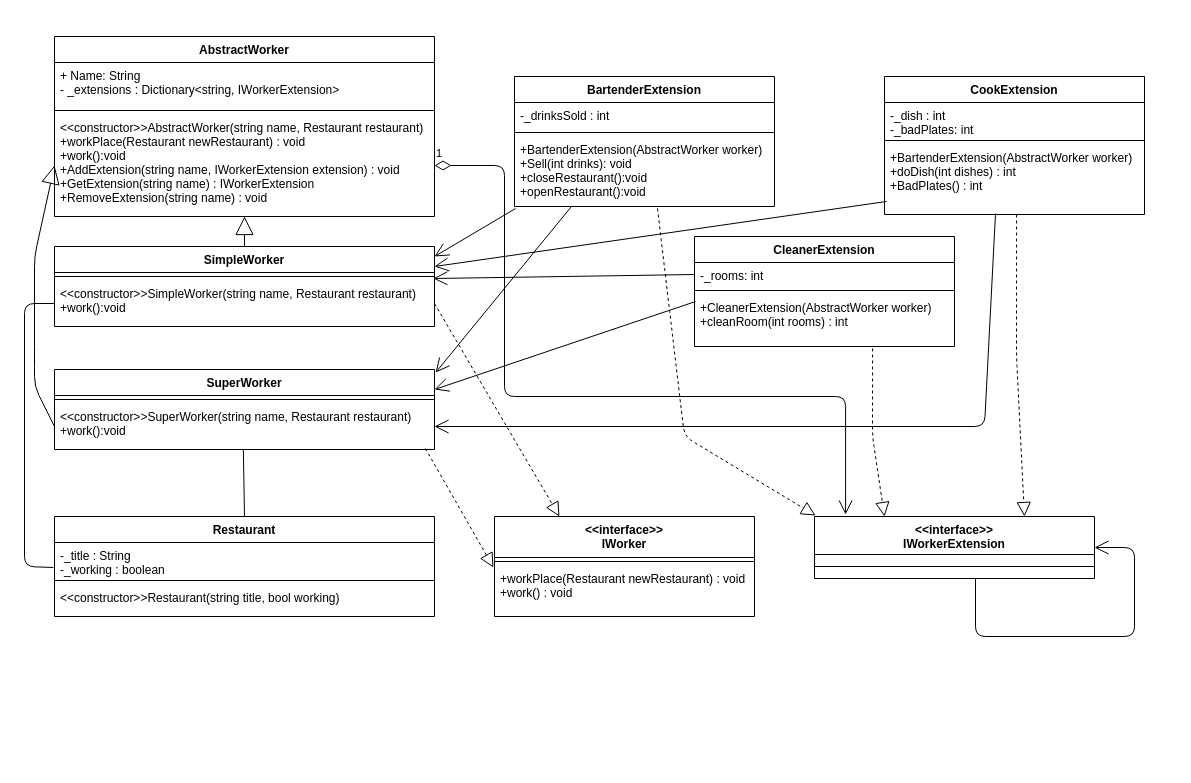
Above: antra/diagrams/Extension.drawio in gabrielezi/PSP (draw.io), before the change. Source tidied: cells renumbered, new cells numbered last; positions are measured from the earlier drawing's top-left corner, leaving out a move shared by most shapes. Both pictures are drawn from the tidied source at 100%, with x=0, y=0 at pixel (24, 36).
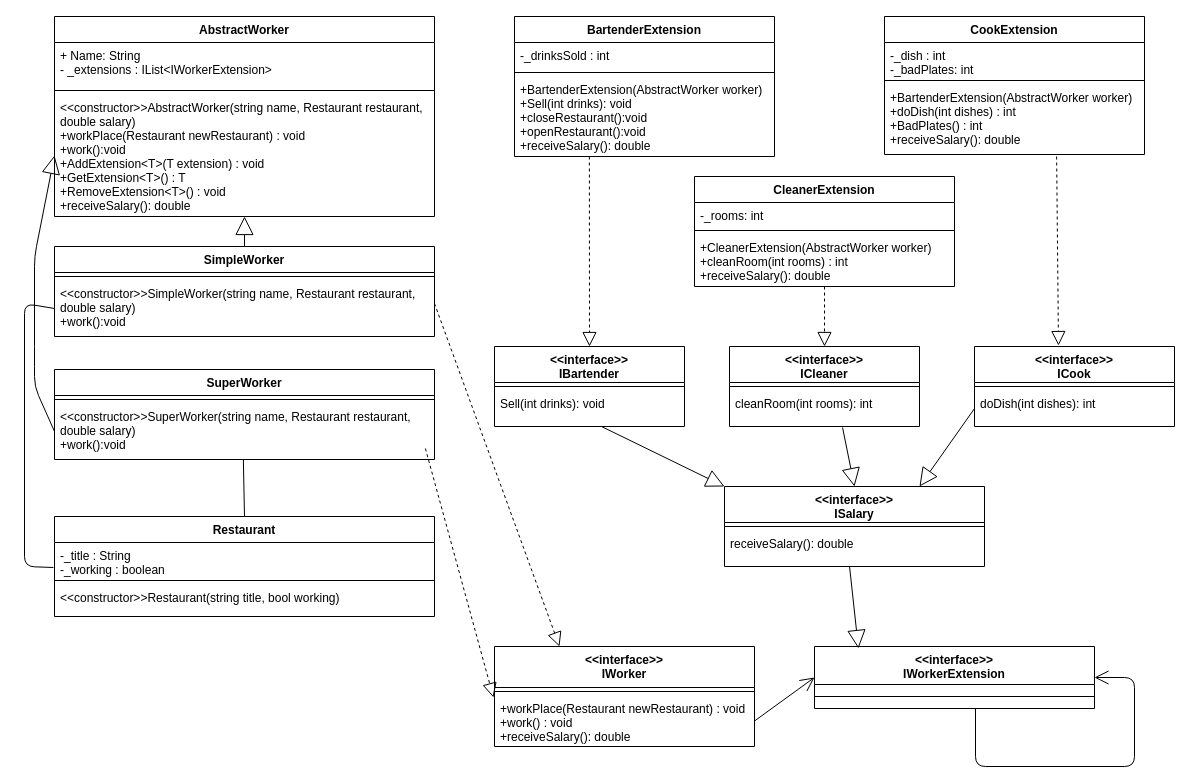
After the change.

The change refers to these unchanged cells:
```xml
<mxCell id="7" style="line;strokeWidth=1;fillColor=none;align=left;verticalAlign=middle;spacingTop=-1;spacingLeft=3;spacingRight=3;labelPosition=right;points=[];portConstraint=eastwest;" parent="6" vertex="1">
  <mxGeometry y="26" width="380" height="8" as="geometry" />
</mxCell>
<mxCell id="30" value="-_rooms: int" style="text;strokeColor=none;fillColor=none;align=left;verticalAlign=top;spacingLeft=4;spacingRight=4;overflow=hidden;points=[[0,0.5],[1,0.5]];portConstraint=eastwest;" parent="29" vertex="1">
  <mxGeometry y="26" width="260" height="24" as="geometry" />
</mxCell>
```

Diff of the diagram source:
```diff
@@
     <mxCell id="2" value="AbstractWorker" style="swimlane;fontStyle=1;align=center;verticalAlign=top;horizontal=1;startSize=26;" parent="1" vertex="1">
-      <mxGeometry x="30" width="380" height="180" as="geometry" />
+      <mxGeometry x="30" y="-20" width="380" height="200" as="geometry" />
     </mxCell>
-    <mxCell id="3" value="+ Name: String&#10;- _extensions : Dictionary&lt;string, IWorkerExtension&gt;&#10;" style="text;strokeColor=none;fillColor=none;align=left;verticalAlign=top;spacingLeft=4;spacingRight=4;overflow=hidden;" parent="2" vertex="1">
+    <mxCell id="3" value="+ Name: String&#10;- _extensions : IList&lt;IWorkerExtension&gt;" style="text;strokeColor=none;fillColor=none;align=left;verticalAlign=top;spacingLeft=4;spacingRight=4;overflow=hidden;" parent="2" vertex="1">
       <mxGeometry y="26" width="380" height="44" as="geometry" />
     </mxCell>
@@
-    <mxCell id="5" value="&lt;&lt;constructor&gt;&gt;AbstractWorker(string name, Restaurant restaurant)&#10;+workPlace(Restaurant newRestaurant) : void&#10;+work():void&#10;+AddExtension(string name, IWorkerExtension extension) : void&#10;+GetExtension(string name) : IWorkerExtension&#10;+RemoveExtension(string name) : void" style="text;strokeColor=none;fillColor=none;align=left;verticalAlign=top;spacingLeft=4;spacingRight=4;overflow=hidden;points=[[0,0.5],[1,0.5]];portConstraint=eastwest;" parent="2" vertex="1">
-      <mxGeometry y="78" width="380" height="102" as="geometry" />
+    <mxCell id="5" value="&lt;&lt;constructor&gt;&gt;AbstractWorker(string name, Restaurant restaurant,&#10;double salary)&#10;+workPlace(Restaurant newRestaurant) : void&#10;+work():void&#10;+AddExtension&lt;T&gt;(T extension) : void&#10;+GetExtension&lt;T&gt;() : T&#10;+RemoveExtension&lt;T&gt;() : void&#10;+receiveSalary(): double" style="text;strokeColor=none;fillColor=none;align=left;verticalAlign=top;spacingLeft=4;spacingRight=4;overflow=hidden;points=[[0,0.5],[1,0.5]];portConstraint=eastwest;" parent="2" vertex="1">
+      <mxGeometry y="78" width="380" height="122" as="geometry" />
     </mxCell>
     <mxCell id="6" value="SimpleWorker" style="swimlane;fontStyle=1;align=center;verticalAlign=top;horizontal=1;startSize=26;" parent="1" vertex="1">
-      <mxGeometry x="30" y="210" width="380" height="80" as="geometry" />
+      <mxGeometry x="30" y="210" width="380" height="90" as="geometry" />
     </mxCell>
@@
-    <mxCell id="8" value="&lt;&lt;constructor&gt;&gt;SimpleWorker(string name, Restaurant restaurant)&#10;+work():void" style="text;strokeColor=none;fillColor=none;align=left;verticalAlign=top;spacingLeft=4;spacingRight=4;overflow=hidden;points=[[0,0.5],[1,0.5]];portConstraint=eastwest;" parent="6" vertex="1">
-      <mxGeometry y="34" width="380" height="46" as="geometry" />
+    <mxCell id="8" value="&lt;&lt;constructor&gt;&gt;SimpleWorker(string name, Restaurant restaurant,&#10;double salary)&#10;+work():void" style="text;strokeColor=none;fillColor=none;align=left;verticalAlign=top;spacingLeft=4;spacingRight=4;overflow=hidden;points=[[0,0.5],[1,0.5]];portConstraint=eastwest;" parent="6" vertex="1">
+      <mxGeometry y="34" width="380" height="56" as="geometry" />
     </mxCell>
     <mxCell id="9" value="SuperWorker" style="swimlane;fontStyle=1;align=center;verticalAlign=top;horizontal=1;startSize=26;" parent="1" vertex="1">
-      <mxGeometry x="30" y="333" width="380" height="80" as="geometry" />
+      <mxGeometry x="30" y="333" width="380" height="90" as="geometry" />
     </mxCell>
@@
-    <mxCell id="11" value="&lt;&lt;constructor&gt;&gt;SuperWorker(string name, Restaurant restaurant)&#10;+work():void" style="text;strokeColor=none;fillColor=none;align=left;verticalAlign=top;spacingLeft=4;spacingRight=4;overflow=hidden;points=[[0,0.5],[1,0.5]];portConstraint=eastwest;" parent="9" vertex="1">
-      <mxGeometry y="34" width="380" height="46" as="geometry" />
+    <mxCell id="11" value="&lt;&lt;constructor&gt;&gt;SuperWorker(string name, Restaurant restaurant,&#10;double salary)&#10;+work():void" style="text;strokeColor=none;fillColor=none;align=left;verticalAlign=top;spacingLeft=4;spacingRight=4;overflow=hidden;points=[[0,0.5],[1,0.5]];portConstraint=eastwest;" parent="9" vertex="1">
+      <mxGeometry y="34" width="380" height="56" as="geometry" />
     </mxCell>
@@
     <mxCell id="17" value="&lt;&lt;interface&gt;&gt;&#10;IWorker&#10;" style="swimlane;fontStyle=1;align=center;verticalAlign=top;horizontal=1;startSize=41;" parent="1" vertex="1">
-      <mxGeometry x="470" y="480" width="260" height="100" as="geometry" />
+      <mxGeometry x="470" y="610" width="260" height="100" as="geometry" />
     </mxCell>
@@
-    <mxCell id="19" value="+workPlace(Restaurant newRestaurant) : void&#10;+work() : void" style="text;strokeColor=none;fillColor=none;align=left;verticalAlign=top;spacingLeft=4;spacingRight=4;overflow=hidden;points=[[0,0.5],[1,0.5]];portConstraint=eastwest;" parent="17" vertex="1">
+    <mxCell id="19" value="+workPlace(Restaurant newRestaurant) : void&#10;+work() : void&#10;+receiveSalary(): double" style="text;strokeColor=none;fillColor=none;align=left;verticalAlign=top;spacingLeft=4;spacingRight=4;overflow=hidden;points=[[0,0.5],[1,0.5]];portConstraint=eastwest;" parent="17" vertex="1">
       <mxGeometry y="49" width="260" height="51" as="geometry" />
     </mxCell>
@@
     <mxCell id="22" value="&lt;&lt;interface&gt;&gt;&#10;IWorkerExtension" style="swimlane;fontStyle=1;align=center;verticalAlign=top;horizontal=1;startSize=38;" parent="1" vertex="1">
-      <mxGeometry x="790" y="480" width="280" height="62" as="geometry" />
+      <mxGeometry x="790" y="610" width="280" height="62" as="geometry" />
     </mxCell>
@@
     <mxCell id="24" value="BartenderExtension" style="swimlane;fontStyle=1;align=center;verticalAlign=top;horizontal=1;startSize=26;" parent="1" vertex="1">
-      <mxGeometry x="490" y="40" width="260" height="130" as="geometry" />
+      <mxGeometry x="490" y="-20" width="260" height="140" as="geometry" />
     </mxCell>
@@
-    <mxCell id="27" value="+BartenderExtension(AbstractWorker worker)&#10;+Sell(int drinks): void&#10;+closeRestaurant():void&#10;+openRestaurant():void" style="text;strokeColor=none;fillColor=none;align=left;verticalAlign=top;spacingLeft=4;spacingRight=4;overflow=hidden;points=[[0,0.5],[1,0.5]];portConstraint=eastwest;" parent="24" vertex="1">
-      <mxGeometry y="60" width="260" height="70" as="geometry" />
+    <mxCell id="27" value="+BartenderExtension(AbstractWorker worker)&#10;+Sell(int drinks): void&#10;+closeRestaurant():void&#10;+openRestaurant():void&#10;+receiveSalary(): double" style="text;strokeColor=none;fillColor=none;align=left;verticalAlign=top;spacingLeft=4;spacingRight=4;overflow=hidden;points=[[0,0.5],[1,0.5]];portConstraint=eastwest;" parent="24" vertex="1">
+      <mxGeometry y="60" width="260" height="80" as="geometry" />
     </mxCell>
-    <mxCell id="28" style="endArrow=open;endFill=1;endSize=12;html=1;entryX=0.004;entryY=1.029;entryDx=0;entryDy=0;entryPerimeter=0;exitX=0.004;exitY=1.029;exitDx=0;exitDy=0;exitPerimeter=0;" parent="24" edge="1" source="27">
-      <mxGeometry relative="1" as="geometry">
-        <mxPoint x="-80" y="180" as="targetPoint" />
-      </mxGeometry>
-    </mxCell>
     <mxCell id="29" value="CleanerExtension" style="swimlane;fontStyle=1;align=center;verticalAlign=top;horizontal=1;startSize=26;" parent="1" vertex="1">
-      <mxGeometry x="670" y="200" width="260" height="110" as="geometry" />
+      <mxGeometry x="670" y="140" width="260" height="110" as="geometry" />
     </mxCell>
@@
-    <mxCell id="32" value="+CleanerExtension(AbstractWorker worker)&#10;+cleanRoom(int rooms) : int" style="text;strokeColor=none;fillColor=none;align=left;verticalAlign=top;spacingLeft=4;spacingRight=4;overflow=hidden;points=[[0,0.5],[1,0.5]];portConstraint=eastwest;" parent="29" vertex="1">
+    <mxCell id="32" value="+CleanerExtension(AbstractWorker worker)&#10;+cleanRoom(int rooms) : int&#10;+receiveSalary(): double" style="text;strokeColor=none;fillColor=none;align=left;verticalAlign=top;spacingLeft=4;spacingRight=4;overflow=hidden;points=[[0,0.5],[1,0.5]];portConstraint=eastwest;" parent="29" vertex="1">
       <mxGeometry y="58" width="260" height="52" as="geometry" />
     </mxCell>
     <mxCell id="33" value="CookExtension" style="swimlane;fontStyle=1;align=center;verticalAlign=top;horizontal=1;startSize=26;" parent="1" vertex="1">
-      <mxGeometry x="860" y="40" width="260" height="138" as="geometry" />
+      <mxGeometry x="860" y="-20" width="260" height="138" as="geometry" />
     </mxCell>
@@
-    <mxCell id="36" value="+BartenderExtension(AbstractWorker worker)&#10;+doDish(int dishes) : int&#10;+BadPlates() : int" style="text;strokeColor=none;fillColor=none;align=left;verticalAlign=top;spacingLeft=4;spacingRight=4;overflow=hidden;points=[[0,0.5],[1,0.5]];portConstraint=eastwest;" parent="33" vertex="1">
+    <mxCell id="36" value="+BartenderExtension(AbstractWorker worker)&#10;+doDish(int dishes) : int&#10;+BadPlates() : int&#10;+receiveSalary(): double" style="text;strokeColor=none;fillColor=none;align=left;verticalAlign=top;spacingLeft=4;spacingRight=4;overflow=hidden;points=[[0,0.5],[1,0.5]];portConstraint=eastwest;" parent="33" vertex="1">
       <mxGeometry y="68" width="260" height="70" as="geometry" />
     </mxCell>
-    <mxCell id="37" style="endArrow=block;dashed=1;endFill=0;endSize=12;html=1;exitX=0.55;exitY=1.029;exitDx=0;exitDy=0;entryX=0.004;entryY=-0.016;entryDx=0;entryDy=0;exitPerimeter=0;entryPerimeter=0;" parent="1" edge="1" source="27" target="22">
-      <mxGeometry relative="1" as="geometry">
-        <Array as="points">
-          <mxPoint x="660" y="400" />
-        </Array>
-      </mxGeometry>
+    <mxCell id="37" style="endArrow=block;dashed=1;endFill=0;endSize=12;html=1;exitX=0.288;exitY=1;exitDx=0;exitDy=0;entryX=0.5;entryY=0;entryDx=0;entryDy=0;exitPerimeter=0;" parent="1" edge="1" source="27" target="64">
+      <mxGeometry relative="1" as="geometry" />
     </mxCell>
-    <mxCell id="38" style="endArrow=block;dashed=1;endFill=0;endSize=12;html=1;exitX=0.685;exitY=1.038;exitDx=0;exitDy=0;entryX=0.25;entryY=0;entryDx=0;entryDy=0;exitPerimeter=0;" parent="1" edge="1" source="32" target="22">
-      <mxGeometry relative="1" as="geometry">
-        <Array as="points">
-          <mxPoint x="848" y="400" />
-        </Array>
-      </mxGeometry>
-    </mxCell>
-    <mxCell id="39" style="endArrow=block;dashed=1;endFill=0;endSize=12;html=1;exitX=0.508;exitY=1;exitDx=0;exitDy=0;entryX=0.75;entryY=0;entryDx=0;entryDy=0;exitPerimeter=0;" parent="1" edge="1" source="36" target="22">
-      <mxGeometry relative="1" as="geometry">
-        <Array as="points">
-          <mxPoint x="992" y="320" />
-        </Array>
-      </mxGeometry>
+    <mxCell id="39" style="endArrow=block;dashed=1;endFill=0;endSize=12;html=1;exitX=0.662;exitY=1.029;exitDx=0;exitDy=0;entryX=0.42;entryY=-0.012;entryDx=0;entryDy=0;exitPerimeter=0;entryPerimeter=0;" parent="1" edge="1" source="36" target="55">
+      <mxGeometry relative="1" as="geometry" />
     </mxCell>
-    <mxCell id="40" value="1" style="endArrow=open;html=1;endSize=12;startArrow=diamondThin;startSize=14;startFill=0;edgeStyle=orthogonalEdgeStyle;align=left;verticalAlign=bottom;exitX=1;exitY=0.5;exitDx=0;exitDy=0;entryX=0.111;entryY=-0.032;entryDx=0;entryDy=0;entryPerimeter=0;" parent="1" edge="1" source="5" target="22">
-      <mxGeometry x="-1" y="3" relative="1" as="geometry">
-        <Array as="points">
-          <mxPoint x="480" y="129" />
-          <mxPoint x="480" y="360" />
-          <mxPoint x="821" y="360" />
-        </Array>
-      </mxGeometry>
-    </mxCell>
@@
-    <mxCell id="44" style="endArrow=open;endFill=1;endSize=12;html=1;entryX=0.997;entryY=0.75;entryDx=0;entryDy=0;entryPerimeter=0;exitX=0;exitY=0.5;exitDx=0;exitDy=0;" parent="1" edge="1" source="30" target="7">
-      <mxGeometry relative="1" as="geometry" />
-    </mxCell>
-    <mxCell id="45" style="endArrow=open;endFill=1;endSize=12;html=1;entryX=1;entryY=0.25;entryDx=0;entryDy=0;exitX=0.008;exitY=0.814;exitDx=0;exitDy=0;exitPerimeter=0;" parent="1" edge="1" source="36" target="6">
-      <mxGeometry relative="1" as="geometry" />
-    </mxCell>
-    <mxCell id="46" style="endArrow=open;endFill=1;endSize=12;html=1;entryX=1.003;entryY=0.038;entryDx=0;entryDy=0;entryPerimeter=0;exitX=0.219;exitY=1;exitDx=0;exitDy=0;exitPerimeter=0;" parent="1" edge="1" source="27" target="9">
-      <mxGeometry relative="1" as="geometry" />
-    </mxCell>
-    <mxCell id="47" style="endArrow=open;endFill=1;endSize=12;html=1;entryX=1;entryY=0.25;entryDx=0;entryDy=0;exitX=0.004;exitY=0.135;exitDx=0;exitDy=0;exitPerimeter=0;" parent="1" edge="1" source="32" target="9">
-      <mxGeometry relative="1" as="geometry" />
-    </mxCell>
-    <mxCell id="48" style="endArrow=open;endFill=1;endSize=12;html=1;entryX=1;entryY=0.5;entryDx=0;entryDy=0;exitX=0.427;exitY=0.986;exitDx=0;exitDy=0;exitPerimeter=0;" parent="1" edge="1" source="36" target="11">
-      <mxGeometry relative="1" as="geometry">
-        <Array as="points">
-          <mxPoint x="960" y="390" />
-        </Array>
-      </mxGeometry>
-    </mxCell>
     <mxCell id="49" style="endArrow=open;endFill=1;endSize=12;html=1;entryX=1;entryY=0.5;entryDx=0;entryDy=0;exitX=0.004;exitY=1.029;exitDx=0;exitDy=0;exitPerimeter=0;" parent="1" edge="1" target="22">
       <mxGeometry relative="1" as="geometry">
-        <mxPoint x="951" y="542" as="sourcePoint" />
+        <mxPoint x="951" y="672" as="sourcePoint" />
         <Array as="points">
-          <mxPoint x="951" y="600" />
-          <mxPoint x="1110" y="600" />
-          <mxPoint x="1110" y="511" />
+          <mxPoint x="951" y="730" />
+          <mxPoint x="1110" y="730" />
+          <mxPoint x="1110" y="641" />
         </Array>
       </mxGeometry>
     </mxCell>
+    <mxCell id="50" style="endArrow=open;endFill=1;endSize=12;html=1;entryX=0;entryY=0.5;entryDx=0;entryDy=0;exitX=1;exitY=0.5;exitDx=0;exitDy=0;" parent="1" edge="1" source="19" target="22">
+      <mxGeometry relative="1" as="geometry" />
+    </mxCell>
+    <mxCell id="51" value="&lt;&lt;interface&gt;&gt;&#10;ISalary" style="swimlane;fontStyle=1;align=center;verticalAlign=top;horizontal=1;startSize=36;" parent="1" vertex="1">
+      <mxGeometry x="700" y="450" width="260" height="80" as="geometry" />
+    </mxCell>
+    <mxCell id="52" style="line;strokeWidth=1;fillColor=none;align=left;verticalAlign=middle;spacingTop=-1;spacingLeft=3;spacingRight=3;labelPosition=right;" parent="51" vertex="1">
+      <mxGeometry y="36" width="260" height="8" as="geometry" />
+    </mxCell>
+    <mxCell id="53" value="receiveSalary(): double" style="text;strokeColor=none;fillColor=none;align=left;verticalAlign=top;spacingLeft=4;spacingRight=4;overflow=hidden;points=[[0,0.5],[1,0.5]];portConstraint=eastwest;" parent="51" vertex="1">
+      <mxGeometry y="44" width="260" height="36" as="geometry" />
+    </mxCell>
+    <mxCell id="54" style="endArrow=block;endSize=16;endFill=0;html=1;exitX=0.481;exitY=1;exitDx=0;exitDy=0;exitPerimeter=0;entryX=0.157;entryY=0.032;entryDx=0;entryDy=0;entryPerimeter=0;" parent="1" edge="1" source="53" target="22">
+      <mxGeometry relative="1" as="geometry" />
+    </mxCell>
+    <mxCell id="55" value="&lt;&lt;interface&gt;&gt;&#10;ICook" style="swimlane;fontStyle=1;align=center;verticalAlign=top;horizontal=1;startSize=36;" parent="1" vertex="1">
+      <mxGeometry x="950" y="310" width="200" height="80" as="geometry" />
+    </mxCell>
+    <mxCell id="56" style="line;strokeWidth=1;fillColor=none;align=left;verticalAlign=middle;spacingTop=-1;spacingLeft=3;spacingRight=3;labelPosition=right;" parent="55" vertex="1">
+      <mxGeometry y="36" width="200" height="8" as="geometry" />
+    </mxCell>
+    <mxCell id="57" value="doDish(int dishes): int" style="text;strokeColor=none;fillColor=none;align=left;verticalAlign=top;spacingLeft=4;spacingRight=4;overflow=hidden;points=[[0,0.5],[1,0.5]];portConstraint=eastwest;" parent="55" vertex="1">
+      <mxGeometry y="44" width="200" height="36" as="geometry" />
+    </mxCell>
+    <mxCell id="58" style="endArrow=block;endSize=16;endFill=0;html=1;exitX=0;exitY=0.5;exitDx=0;exitDy=0;entryX=0.75;entryY=0;entryDx=0;entryDy=0;" parent="1" edge="1" source="57" target="51">
+      <mxGeometry relative="1" as="geometry" />
+    </mxCell>
+    <mxCell id="59" value="&lt;&lt;interface&gt;&gt;&#10;ICleaner" style="swimlane;fontStyle=1;align=center;verticalAlign=top;horizontal=1;startSize=36;" parent="1" vertex="1">
+      <mxGeometry x="705" y="310" width="190" height="80" as="geometry" />
+    </mxCell>
+    <mxCell id="60" style="line;strokeWidth=1;fillColor=none;align=left;verticalAlign=middle;spacingTop=-1;spacingLeft=3;spacingRight=3;labelPosition=right;" parent="59" vertex="1">
+      <mxGeometry y="36" width="190" height="8" as="geometry" />
+    </mxCell>
+    <mxCell id="61" value="cleanRoom(int rooms): int" style="text;strokeColor=none;fillColor=none;align=left;verticalAlign=top;spacingLeft=4;spacingRight=4;overflow=hidden;points=[[0,0.5],[1,0.5]];portConstraint=eastwest;" parent="59" vertex="1">
+      <mxGeometry y="44" width="190" height="36" as="geometry" />
+    </mxCell>
+    <mxCell id="62" style="endArrow=block;dashed=1;endFill=0;endSize=12;html=1;entryX=0.5;entryY=0;entryDx=0;entryDy=0;" parent="1" edge="1" source="32" target="59">
+      <mxGeometry relative="1" as="geometry" />
+    </mxCell>
+    <mxCell id="63" style="endArrow=block;endSize=16;endFill=0;html=1;exitX=0.595;exitY=1.028;exitDx=0;exitDy=0;entryX=0.5;entryY=0;entryDx=0;entryDy=0;exitPerimeter=0;" parent="1" edge="1" source="61" target="51">
+      <mxGeometry relative="1" as="geometry" />
+    </mxCell>
+    <mxCell id="64" value="&lt;&lt;interface&gt;&gt;&#10;IBartender" style="swimlane;fontStyle=1;align=center;verticalAlign=top;horizontal=1;startSize=36;" parent="1" vertex="1">
+      <mxGeometry x="470" y="310" width="190" height="80" as="geometry" />
+    </mxCell>
+    <mxCell id="65" style="line;strokeWidth=1;fillColor=none;align=left;verticalAlign=middle;spacingTop=-1;spacingLeft=3;spacingRight=3;labelPosition=right;" parent="64" vertex="1">
+      <mxGeometry y="36" width="190" height="8" as="geometry" />
+    </mxCell>
+    <mxCell id="66" value="Sell(int drinks): void" style="text;strokeColor=none;fillColor=none;align=left;verticalAlign=top;spacingLeft=4;spacingRight=4;overflow=hidden;points=[[0,0.5],[1,0.5]];portConstraint=eastwest;" parent="64" vertex="1">
+      <mxGeometry y="44" width="190" height="36" as="geometry" />
+    </mxCell>
+    <mxCell id="67" style="endArrow=block;endSize=16;endFill=0;html=1;exitX=0.563;exitY=1;exitDx=0;exitDy=0;entryX=0;entryY=0;entryDx=0;entryDy=0;exitPerimeter=0;" parent="1" edge="1" source="66" target="51">
+      <mxGeometry relative="1" as="geometry" />
+    </mxCell>
```
